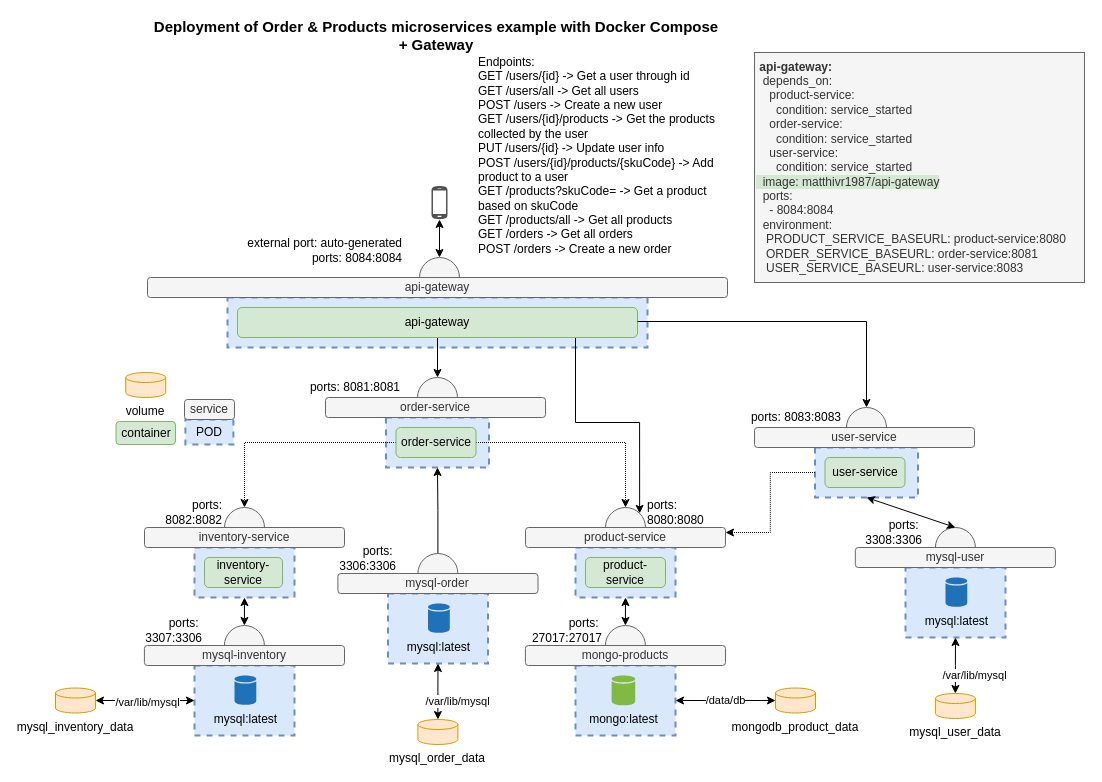
The draw.io diagram Loadable API Diagram.drawio in matthiasvanrooy/ARprojectTM, before the edit. Source tidied: cells renumbered, new cells numbered last; positions are measured from the earlier drawing's top-left corner, leaving out a move shared by most shapes. Both pictures are drawn from the tidied source at 100%, with x=0, y=0 at pixel (55, 25).
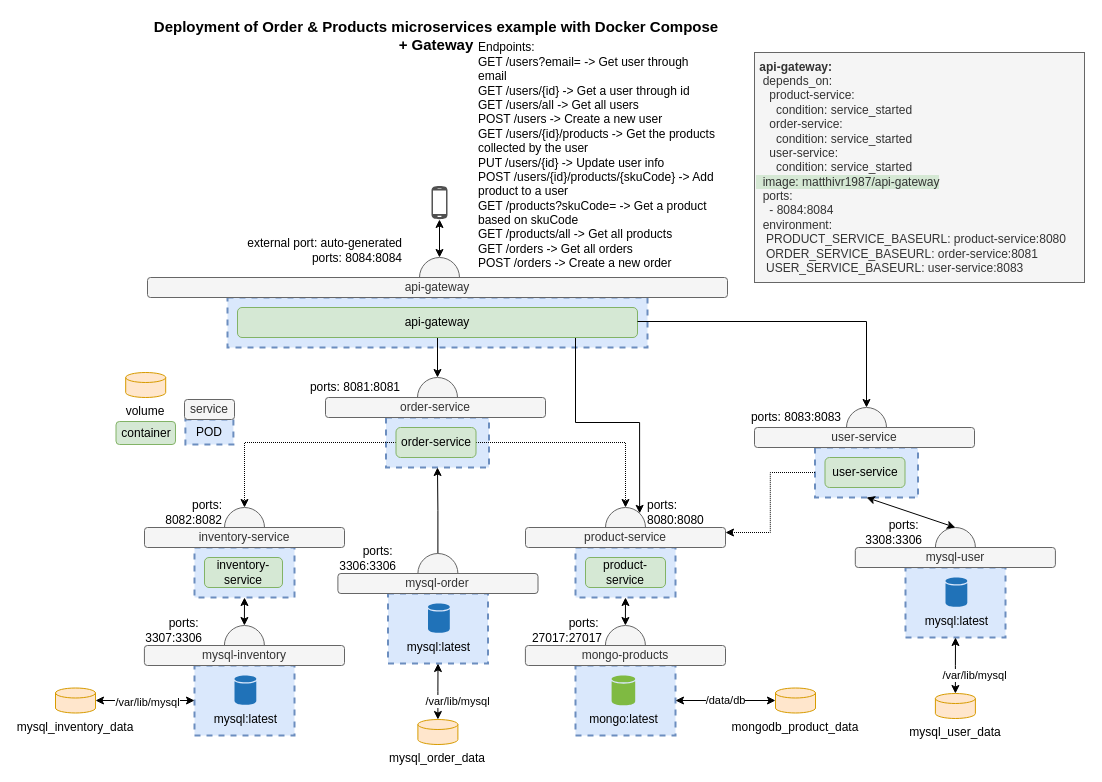
After the change.

Diff of the diagram source:
```diff
@@
-    <mxCell id="60" value="Endpoints:&lt;div&gt;GET /users/{id} -&amp;gt; Get a user through id&lt;br&gt;GET /users/all -&amp;gt; Get all users&lt;div&gt;&lt;div&gt;POST /users -&amp;gt; Create a new user&lt;/div&gt;&lt;/div&gt;&lt;/div&gt;&lt;div&gt;GET /users/{id}/products -&amp;gt; Get the products collected by the user&lt;/div&gt;&lt;div&gt;PUT /users/{id} -&amp;gt; Update user info&lt;/div&gt;&lt;div&gt;POST /users/{id}/products/{skuCode} -&amp;gt; Add product to a user&lt;/div&gt;&lt;div&gt;GET /products?skuCode= -&amp;gt; Get a product based on skuCode&lt;/div&gt;&lt;div&gt;GET /products/all -&amp;gt; Get all products&lt;/div&gt;&lt;div&gt;GET /orders -&amp;gt; Get all orders&lt;/div&gt;&lt;div&gt;POST /orders -&amp;gt; Create a new order&lt;/div&gt;" style="text;html=1;strokeColor=none;fillColor=none;align=left;verticalAlign=middle;whiteSpace=wrap;rounded=0;" parent="1" vertex="1">
+    <mxCell id="60" value="Endpoints:&lt;div&gt;GET /users?email= -&amp;gt; Get user through email&lt;br&gt;&lt;div&gt;GET /users/{id} -&amp;gt; Get a user through id&lt;br&gt;GET /users/all -&amp;gt; Get all users&lt;div&gt;&lt;div&gt;POST /users -&amp;gt; Create a new user&lt;/div&gt;&lt;/div&gt;&lt;/div&gt;&lt;div&gt;GET /users/{id}/products -&amp;gt; Get the products collected by the user&lt;/div&gt;&lt;div&gt;PUT /users/{id} -&amp;gt; Update user info&lt;/div&gt;&lt;div&gt;POST /users/{id}/products/{skuCode} -&amp;gt; Add product to a user&lt;/div&gt;&lt;div&gt;GET /products?skuCode= -&amp;gt; Get a product based on skuCode&lt;/div&gt;&lt;div&gt;GET /products/all -&amp;gt; Get all products&lt;/div&gt;&lt;div&gt;GET /orders -&amp;gt; Get all orders&lt;/div&gt;&lt;div&gt;POST /orders -&amp;gt; Create a new order&lt;/div&gt;&lt;/div&gt;" style="text;html=1;strokeColor=none;fillColor=none;align=left;verticalAlign=middle;whiteSpace=wrap;rounded=0;" parent="1" vertex="1">
       <mxGeometry x="420.5" y="20" width="240" height="220" as="geometry" />
     </mxCell>
```
